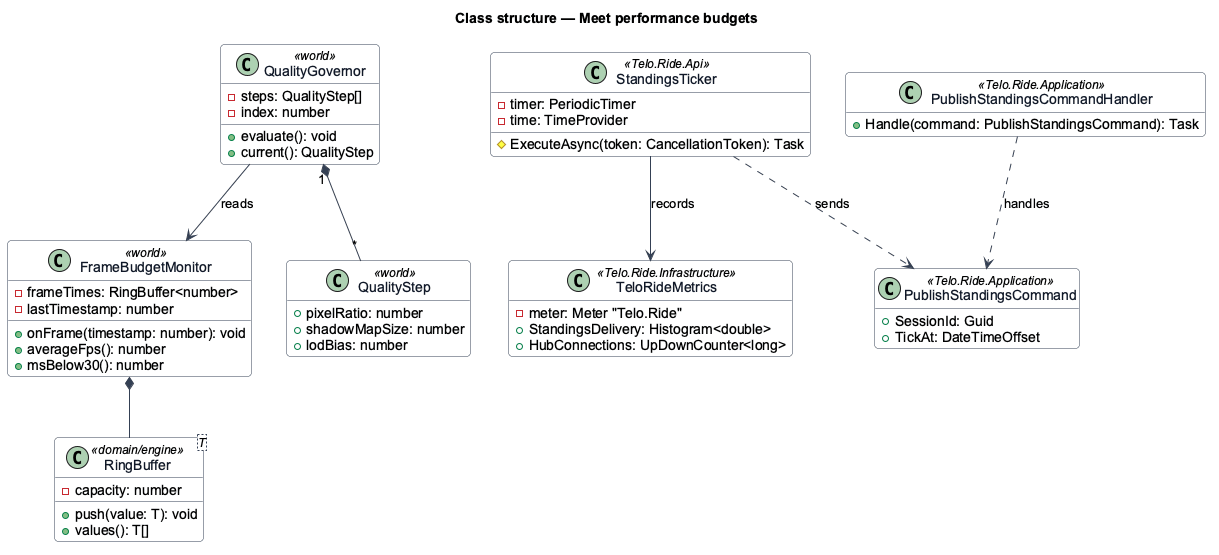
This is docs/detailed-designs/performance/meet-performance-budgets/diagrams/class-structure.png from QuinntyneBrown/ride-one, a PlantUML export, as it was before one commit. Source of this version:
```plantuml
@startuml
skinparam backgroundColor #FFFFFF
skinparam shadowing false
skinparam roundcorner 8
skinparam defaultFontName Arial
skinparam ArrowColor #344054
skinparam class {
  BorderColor #344054
  FontColor #101828
  BackgroundColor #F9FAFB
}
title Class structure — Meet performance budgets
hide empty members

class FrameBudgetMonitor <<world>> {
  -frameTimes: RingBuffer<number>
  -lastTimestamp: number
  +onFrame(timestamp: number): void
  +averageFps(): number
  +msBelow30(): number
}
class QualityGovernor <<world>> {
  -steps: QualityStep[]
  -index: number
  +evaluate(): void
  +current(): QualityStep
}
class QualityStep <<world>> {
  +pixelRatio: number
  +shadowMapSize: number
  +lodBias: number
}
class RingBuffer<T> <<domain/engine>> {
  -capacity: number
  +push(value: T): void
  +values(): T[]
}
class StandingsTicker <<Telo.Ride.Api>> {
  -timer: PeriodicTimer
  -time: TimeProvider
  #ExecuteAsync(token: CancellationToken): Task
}
class PublishStandingsCommand <<Telo.Ride.Application>> {
  +SessionId: Guid
  +TickAt: DateTimeOffset
}
class PublishStandingsCommandHandler <<Telo.Ride.Application>> {
  +Handle(command: PublishStandingsCommand): Task
}
class TeloRideMetrics <<Telo.Ride.Infrastructure>> {
  -meter: Meter "Telo.Ride"
  +StandingsDelivery: Histogram<double>
  +HubConnections: UpDownCounter<long>
}
FrameBudgetMonitor *-- RingBuffer
QualityGovernor --> FrameBudgetMonitor : reads
QualityGovernor "1" *-- "*" QualityStep
StandingsTicker ..> PublishStandingsCommand : sends
PublishStandingsCommandHandler ..> PublishStandingsCommand : handles
StandingsTicker --> TeloRideMetrics : records
@enduml
```
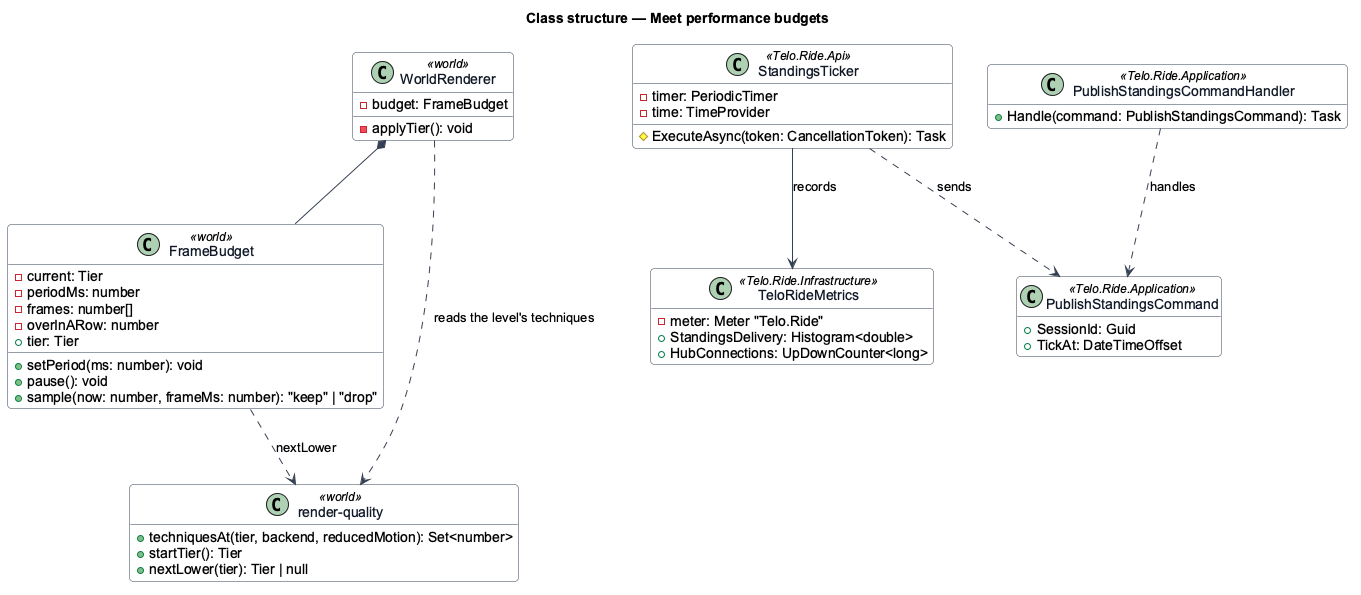
The same diagram one commit later.

Commit message:
Step down as main's frame budget does, in the performance design and L2-159

What changed in the source:
```diff
@@ -12,28 +12,24 @@
 title Class structure — Meet performance budgets
 hide empty members
 
-class FrameBudgetMonitor <<world>> {
-  -frameTimes: RingBuffer<number>
-  -lastTimestamp: number
-  +onFrame(timestamp: number): void
-  +averageFps(): number
-  +msBelow30(): number
+class FrameBudget <<world>> {
+  -current: Tier
+  -periodMs: number
+  -frames: number[]
+  -overInARow: number
+  +tier: Tier
+  +setPeriod(ms: number): void
+  +pause(): void
+  +sample(now: number, frameMs: number): "keep" | "drop"
 }
-class QualityGovernor <<world>> {
-  -steps: QualityStep[]
-  -index: number
-  +evaluate(): void
-  +current(): QualityStep
+class WorldRenderer <<world>> {
+  -budget: FrameBudget
+  -applyTier(): void
 }
-class QualityStep <<world>> {
-  +pixelRatio: number
-  +shadowMapSize: number
-  +lodBias: number
-}
-class RingBuffer<T> <<domain/engine>> {
-  -capacity: number
-  +push(value: T): void
-  +values(): T[]
+class "render-quality" as rq <<world>> {
+  +techniquesAt(tier, backend, reducedMotion): Set<number>
+  +startTier(): Tier
+  +nextLower(tier): Tier | null
 }
 class StandingsTicker <<Telo.Ride.Api>> {
   -timer: PeriodicTimer
@@ -52,9 +48,9 @@
   +StandingsDelivery: Histogram<double>
   +HubConnections: UpDownCounter<long>
 }
-FrameBudgetMonitor *-- RingBuffer
-QualityGovernor --> FrameBudgetMonitor : reads
-QualityGovernor "1" *-- "*" QualityStep
+WorldRenderer *-- FrameBudget
+WorldRenderer ..> rq : reads the level's techniques
+FrameBudget ..> rq : nextLower
 StandingsTicker ..> PublishStandingsCommand : sends
 PublishStandingsCommandHandler ..> PublishStandingsCommand : handles
 StandingsTicker --> TeloRideMetrics : records
```
